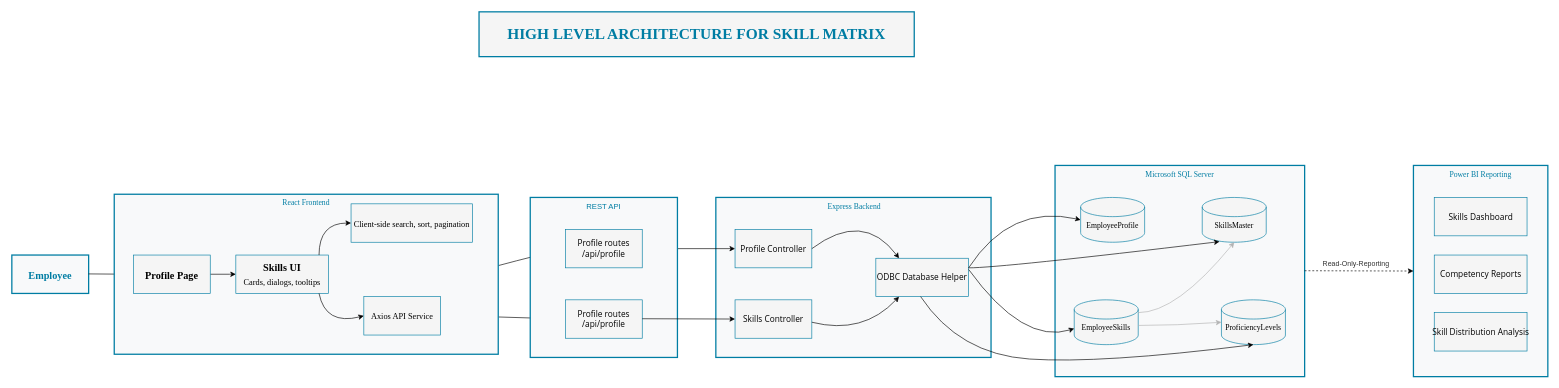
Eilamurugan-14/EngagementReuqets keeps this draw.io diagram as page "HLD" (1 of 5) of Skill_Matrix_Architecture.drawio. Above is the earlier version. Source tidied: cells renumbered, new cells numbered last; positions are measured from the earlier drawing's top-left corner, leaving out a move shared by most shapes. Both pictures are drawn from the tidied source at 64%, with x=0, y=0 at pixel (12, 12).
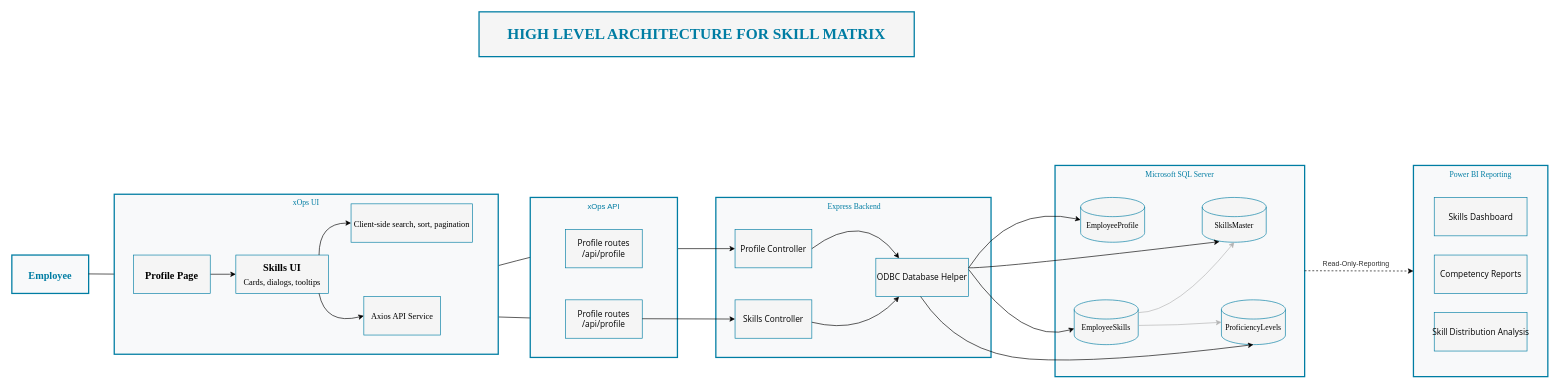
The same diagram, later.

Diff of the diagram source:
```diff
@@
-    <mxCell id="27" value="&lt;span style=&quot;color: rgb(0, 125, 163);&quot;&gt;REST API&lt;/span&gt;" style="whiteSpace=wrap;html=1;align=center;verticalAlign=top;fontFamily=Helvetica;fontSize=12;fontColor=default;fillColor=#F8F9FA;gradientColor=none;strokeColor=#007DA3;strokeWidth=2;" parent="1" vertex="1">
+    <mxCell id="27" value="&lt;span style=&quot;color: rgb(0, 125, 163);&quot;&gt;xOps API&lt;/span&gt;" style="whiteSpace=wrap;html=1;align=center;verticalAlign=top;fontFamily=Helvetica;fontSize=12;fontColor=default;fillColor=#F8F9FA;gradientColor=none;strokeColor=#007DA3;strokeWidth=2;" parent="1" vertex="1">
       <mxGeometry x="810" y="290" width="230" height="250" as="geometry" />
     </mxCell>
@@
-    <mxCell id="32" value="&lt;span style=&quot;color: rgb(0, 125, 163);&quot;&gt;React Frontend&lt;/span&gt;" style="rounded=0;whiteSpace=wrap;html=1;fontFamily=Times New Roman;align=center;verticalAlign=top;labelPosition=center;verticalLabelPosition=middle;fillColor=#F8F9FA;gradientColor=none;strokeColor=#007DA3;fontSize=12;fontColor=default;fontStyle=0;strokeWidth=2;" parent="1" vertex="1">
+    <mxCell id="32" value="&lt;span style=&quot;color: rgb(0, 125, 163);&quot;&gt;xOps UI&lt;/span&gt;" style="rounded=0;whiteSpace=wrap;html=1;fontFamily=Times New Roman;align=center;verticalAlign=top;labelPosition=center;verticalLabelPosition=middle;fillColor=#F8F9FA;gradientColor=none;strokeColor=#007DA3;fontSize=12;fontColor=default;fontStyle=0;strokeWidth=2;" parent="1" vertex="1">
       <mxGeometry x="160" y="285" width="600" height="250" as="geometry" />
     </mxCell>
```
